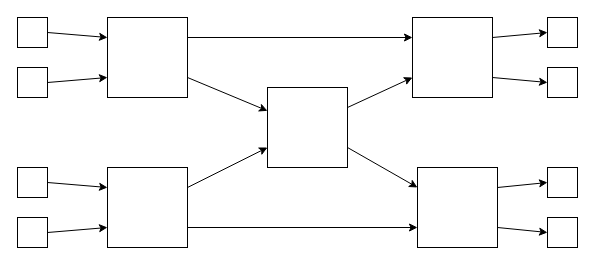
This is exo01/reseau.drawio from Polytech-E2I/vhdl, a draw.io file, before an edit. Source tidied: cells renumbered, new cells numbered last; positions are measured from the earlier drawing's top-left corner, leaving out a move shared by most shapes. Both pictures are drawn from the tidied source at 100%, with x=0, y=0 at pixel (17, 17).
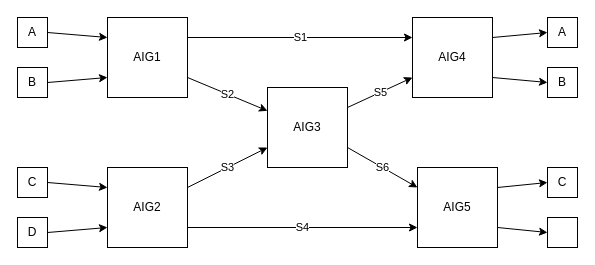
Above is the later version.

What changed in the source:
```diff
@@
-    <mxCell id="2" style="edgeStyle=none;html=1;exitX=1;exitY=0.75;exitDx=0;exitDy=0;" parent="1" edge="1" source="4" target="7">
+    <mxCell id="2" value="S2" style="edgeStyle=none;html=1;exitX=1;exitY=0.75;exitDx=0;exitDy=0;" parent="1" edge="1" source="4" target="7">
       <mxGeometry relative="1" as="geometry" />
     </mxCell>
-    <mxCell id="3" style="edgeStyle=none;html=1;exitX=1;exitY=0.25;exitDx=0;exitDy=0;entryX=0;entryY=0.25;entryDx=0;entryDy=0;" parent="1" edge="1" source="4" target="10">
+    <mxCell id="3" value="S1" style="edgeStyle=none;html=1;exitX=1;exitY=0.25;exitDx=0;exitDy=0;entryX=0;entryY=0.25;entryDx=0;entryDy=0;" parent="1" edge="1" source="4" target="10">
       <mxGeometry relative="1" as="geometry" />
     </mxCell>
-    <mxCell id="4" style="whiteSpace=wrap;html=1;" parent="1" vertex="1">
+    <mxCell id="4" value="AIG1" style="whiteSpace=wrap;html=1;" parent="1" vertex="1">
       <mxGeometry x="90" width="80" height="80" as="geometry" />
     </mxCell>
-    <mxCell id="5" style="edgeStyle=none;html=1;exitX=1;exitY=0.25;exitDx=0;exitDy=0;entryX=0;entryY=0.75;entryDx=0;entryDy=0;" parent="1" edge="1" source="7" target="10">
+    <mxCell id="5" value="S5" style="edgeStyle=none;html=1;exitX=1;exitY=0.25;exitDx=0;exitDy=0;entryX=0;entryY=0.75;entryDx=0;entryDy=0;" parent="1" edge="1" source="7" target="10">
       <mxGeometry relative="1" as="geometry" />
     </mxCell>
-    <mxCell id="6" style="edgeStyle=none;html=1;exitX=1;exitY=0.75;exitDx=0;exitDy=0;entryX=0;entryY=0.25;entryDx=0;entryDy=0;" parent="1" edge="1" source="7" target="13">
+    <mxCell id="6" value="S6" style="edgeStyle=none;html=1;exitX=1;exitY=0.75;exitDx=0;exitDy=0;entryX=0;entryY=0.25;entryDx=0;entryDy=0;" parent="1" edge="1" source="7" target="13">
       <mxGeometry relative="1" as="geometry" />
     </mxCell>
-    <mxCell id="7" style="whiteSpace=wrap;html=1;" parent="1" vertex="1">
+    <mxCell id="7" value="AIG3" style="whiteSpace=wrap;html=1;" parent="1" vertex="1">
       <mxGeometry x="250" y="70" width="80" height="80" as="geometry" />
     </mxCell>
@@
-    <mxCell id="10" style="whiteSpace=wrap;html=1;" parent="1" vertex="1">
+    <mxCell id="10" value="AIG4" style="whiteSpace=wrap;html=1;" parent="1" vertex="1">
       <mxGeometry x="395" width="80" height="80" as="geometry" />
     </mxCell>
@@
-    <mxCell id="13" style="whiteSpace=wrap;html=1;" parent="1" vertex="1">
+    <mxCell id="13" value="AIG5" style="whiteSpace=wrap;html=1;" parent="1" vertex="1">
       <mxGeometry x="400" y="150" width="80" height="80" as="geometry" />
     </mxCell>
-    <mxCell id="14" style="edgeStyle=none;html=1;exitX=1;exitY=0.25;exitDx=0;exitDy=0;entryX=0;entryY=0.75;entryDx=0;entryDy=0;" parent="1" edge="1" source="16" target="7">
+    <mxCell id="14" value="S3" style="edgeStyle=none;html=1;exitX=1;exitY=0.25;exitDx=0;exitDy=0;entryX=0;entryY=0.75;entryDx=0;entryDy=0;" parent="1" edge="1" source="16" target="7">
       <mxGeometry relative="1" as="geometry" />
     </mxCell>
-    <mxCell id="15" style="edgeStyle=none;html=1;exitX=1;exitY=0.75;exitDx=0;exitDy=0;entryX=0;entryY=0.75;entryDx=0;entryDy=0;" parent="1" edge="1" source="16" target="13">
+    <mxCell id="15" value="S4" style="edgeStyle=none;html=1;exitX=1;exitY=0.75;exitDx=0;exitDy=0;entryX=0;entryY=0.75;entryDx=0;entryDy=0;" parent="1" edge="1" source="16" target="13">
       <mxGeometry relative="1" as="geometry" />
     </mxCell>
-    <mxCell id="16" style="whiteSpace=wrap;html=1;" parent="1" vertex="1">
+    <mxCell id="16" value="AIG2" style="whiteSpace=wrap;html=1;" parent="1" vertex="1">
       <mxGeometry x="90" y="150" width="80" height="80" as="geometry" />
     </mxCell>
@@
-    <mxCell id="18" style="whiteSpace=wrap;html=1;" parent="1" vertex="1">
+    <mxCell id="18" value="A" style="whiteSpace=wrap;html=1;" parent="1" vertex="1">
       <mxGeometry width="30" height="30" as="geometry" />
     </mxCell>
@@
-    <mxCell id="20" style="whiteSpace=wrap;html=1;" parent="1" vertex="1">
+    <mxCell id="20" value="B" style="whiteSpace=wrap;html=1;" parent="1" vertex="1">
       <mxGeometry y="50" width="30" height="30" as="geometry" />
     </mxCell>
@@
-    <mxCell id="22" style="whiteSpace=wrap;html=1;" parent="1" vertex="1">
+    <mxCell id="22" value="C" style="whiteSpace=wrap;html=1;" parent="1" vertex="1">
       <mxGeometry y="150" width="30" height="30" as="geometry" />
     </mxCell>
@@
-    <mxCell id="24" style="whiteSpace=wrap;html=1;" parent="1" vertex="1">
+    <mxCell id="24" value="D" style="whiteSpace=wrap;html=1;" parent="1" vertex="1">
       <mxGeometry y="200" width="30" height="30" as="geometry" />
     </mxCell>
-    <mxCell id="25" style="whiteSpace=wrap;html=1;" parent="1" vertex="1">
+    <mxCell id="25" value="A" style="whiteSpace=wrap;html=1;" parent="1" vertex="1">
       <mxGeometry x="530" width="30" height="30" as="geometry" />
     </mxCell>
-    <mxCell id="26" style="whiteSpace=wrap;html=1;" parent="1" vertex="1">
+    <mxCell id="26" value="B" style="whiteSpace=wrap;html=1;" parent="1" vertex="1">
       <mxGeometry x="530" y="50" width="30" height="30" as="geometry" />
     </mxCell>
-    <mxCell id="27" style="whiteSpace=wrap;html=1;" parent="1" vertex="1">
+    <mxCell id="27" value="C" style="whiteSpace=wrap;html=1;" parent="1" vertex="1">
       <mxGeometry x="530" y="150" width="30" height="30" as="geometry" />
     </mxCell>
```
